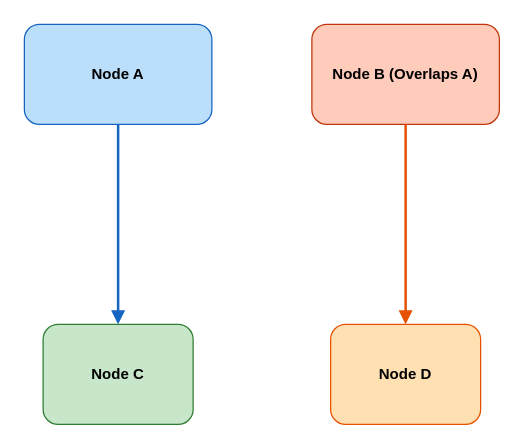
Above: documents/SA4E-406/diagrams/ug-detector-precision.drawio in dnguyenminh/SDLC-Agents-4-Enteprise (draw.io), before the change. Source tidied: cells renumbered, new cells numbered last; positions are measured from the earlier drawing's top-left corner, leaving out a move shared by most shapes. Both pictures are drawn from the tidied source at 125%, with x=0, y=0 at pixel (24, 24).
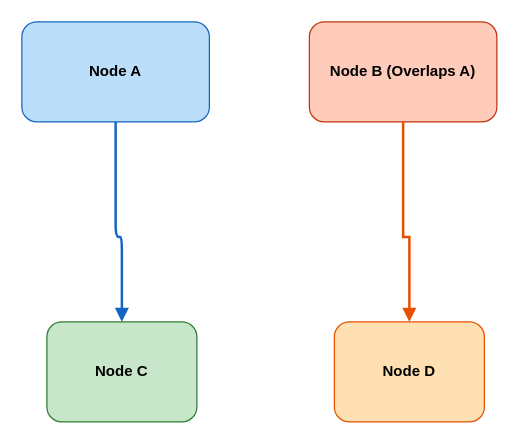
The same diagram, later.

What changed in the source:
```diff
@@
 <mxGraphModel>
   <root>
     <mxCell id="0" />
     <mxCell id="1" parent="0" />
     <mxCell id="2" value="Node A" style="rounded=1;whiteSpace=wrap;html=1;fillColor=#bbdefb;strokeColor=#1565c0;fontSize=12;fontStyle=1;" parent="1" vertex="1">
-      <mxGeometry width="150" height="80" as="geometry" />
+      <mxGeometry x="-2" y="-2" width="150" height="80" as="geometry" />
     </mxCell>
     <mxCell id="3" value="Node B (Overlaps A)" style="rounded=1;whiteSpace=wrap;html=1;fillColor=#ffccbc;strokeColor=#bf360c;fontSize=12;fontStyle=1;" parent="1" vertex="1">
-      <mxGeometry x="230" width="150" height="80" as="geometry" />
+      <mxGeometry x="228" y="-2" width="150" height="80" as="geometry" />
     </mxCell>
     <mxCell id="4" value="Node C" style="rounded=1;whiteSpace=wrap;html=1;fillColor=#c8e6c9;strokeColor=#2e7d32;fontSize=12;fontStyle=1;" parent="1" vertex="1">
-      <mxGeometry x="15" y="240" width="120" height="80" as="geometry" />
+      <mxGeometry x="18" y="238" width="120" height="80" as="geometry" />
     </mxCell>
     <mxCell id="5" value="Node D" style="rounded=1;whiteSpace=wrap;html=1;fillColor=#ffe0b2;strokeColor=#e65100;fontSize=12;fontStyle=1;" parent="1" vertex="1">
-      <mxGeometry x="245" y="240" width="120" height="80" as="geometry" />
+      <mxGeometry x="248" y="238" width="120" height="80" as="geometry" />
     </mxCell>
-    <mxCell id="6" style="edgeStyle=none;html=1;strokeColor=#1565c0;strokeWidth=2;endArrow=block;" parent="1" edge="1" source="2" target="4">
-      <mxGeometry relative="1" as="geometry" />
+    <mxCell id="6" style="html=1;strokeColor=#1565c0;strokeWidth=2;endArrow=block;edgeStyle=orthogonalEdgeStyle;curved=0;exitX=0.5;exitY=1;entryX=0.5;entryY=0;" parent="1" edge="1" source="2" target="4">
+      <mxGeometry relative="1" as="geometry">
+        <Array as="points">
+          <mxPoint x="73" y="170" />
+          <mxPoint x="78" y="170" />
+        </Array>
+      </mxGeometry>
     </mxCell>
-    <mxCell id="7" style="edgeStyle=orthogonalEdgeStyle;rounded=0;jettySize=auto;html=1;strokeColor=#e65100;strokeWidth=2;endArrow=block;" parent="1" edge="1" source="3" target="5">
-      <mxGeometry relative="1" as="geometry" />
+    <mxCell id="7" style="rounded=0;jettySize=auto;html=1;strokeColor=#e65100;strokeWidth=2;endArrow=block;edgeStyle=orthogonalEdgeStyle;curved=0;exitX=0.5;exitY=1;entryX=0.5;entryY=0;" parent="1" edge="1" source="3" target="5">
+      <mxGeometry relative="1" as="geometry">
+        <Array as="points">
+          <mxPoint x="303" y="170" />
+          <mxPoint x="308" y="170" />
+        </Array>
+      </mxGeometry>
     </mxCell>
   </root>
 </mxGraphModel>
```
